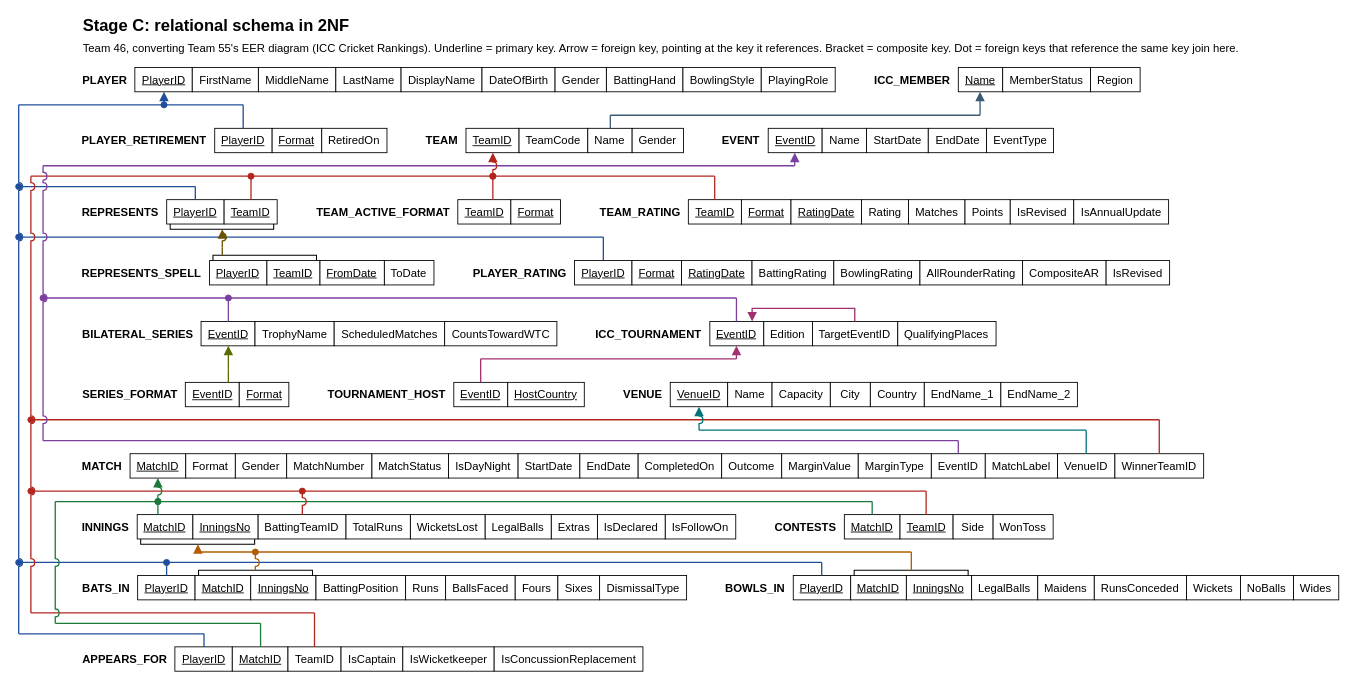
The draw.io diagram 46-stageC.drawio in shouryadixitisverycool/dna-phase3-team46, before the edit. Source tidied: cells renumbered, new cells numbered last; positions are measured from the earlier drawing's top-left corner, leaving out a move shared by most shapes. Both pictures are drawn from the tidied source at 87%, with x=0, y=0 at pixel (15, 15).
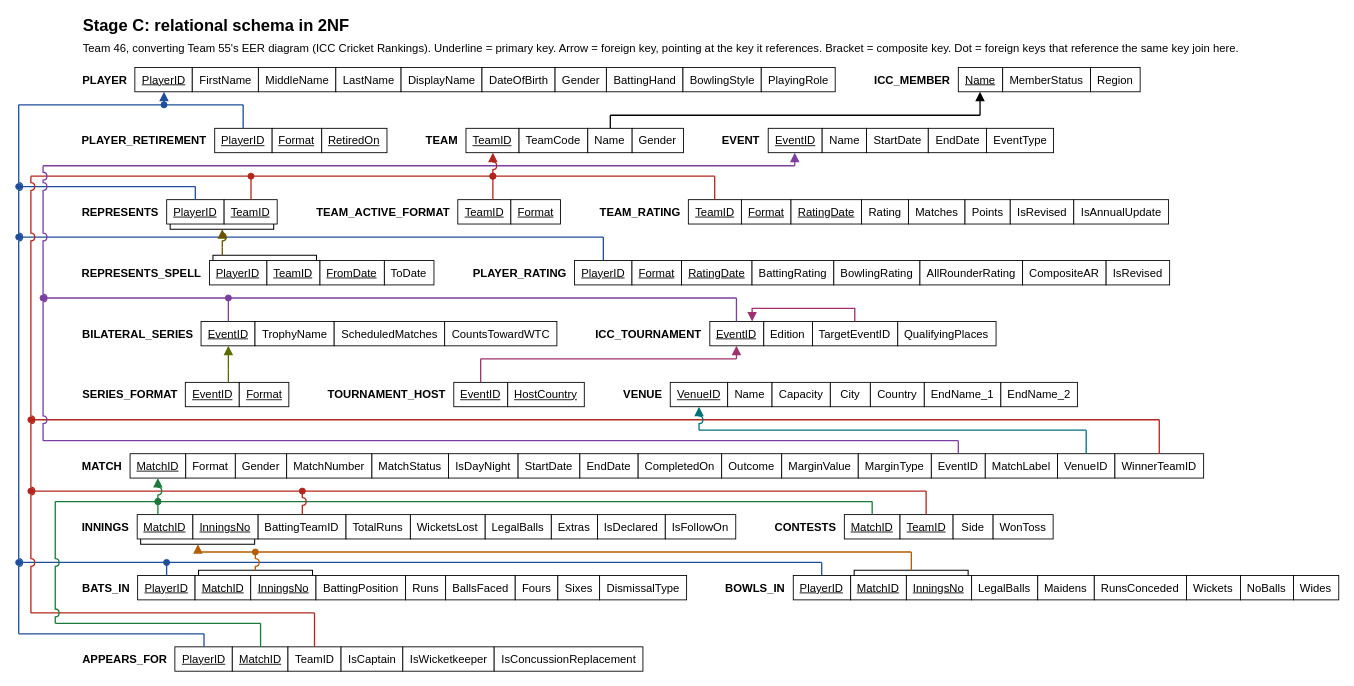
The same diagram, later.

Change to the diagram source:
```diff
@@
-    <mxCell id="40" value="RetiredOn" style="rounded=0;whiteSpace=wrap;html=1;fontFamily=Helvetica;fontSize=13;fillColor=#ffffff;strokeColor=#000000;strokeWidth=1;fontColor=#000000;" parent="1" vertex="1">
+    <mxCell id="40" value="RetiredOn" style="rounded=0;whiteSpace=wrap;html=1;fontFamily=Helvetica;fontSize=13;fillColor=#ffffff;strokeColor=#000000;strokeWidth=1;fontColor=#000000;fontStyle=4;" parent="1" vertex="1">
       <mxGeometry x="352.3" y="130" width="75" height="28" as="geometry" />
     </mxCell>
@@
-    <mxCell id="171" style="endArrow=none;html=1;rounded=0;strokeWidth=1.5;strokeColor=#3d5a73;jumpStyle=arc;jumpSize=8;" parent="1" edge="1">
+    <mxCell id="171" style="endArrow=none;html=1;rounded=0;strokeWidth=1.5;strokeColor=#000000;jumpStyle=arc;jumpSize=8;" parent="1" edge="1">
       <mxGeometry relative="1" as="geometry">
         <mxPoint x="684" y="115" as="sourcePoint" />
         <mxPoint x="1109" y="115" as="targetPoint" />
       </mxGeometry>
     </mxCell>
@@
-    <mxCell id="210" style="endArrow=none;html=1;rounded=0;strokeWidth=1.5;strokeColor=#3d5a73;jumpStyle=arc;jumpSize=8;" parent="1" edge="1">
+    <mxCell id="210" style="endArrow=none;html=1;rounded=0;strokeWidth=1.5;strokeColor=#000000;jumpStyle=arc;jumpSize=8;" parent="1" edge="1">
       <mxGeometry relative="1" as="geometry">
         <mxPoint x="684" y="130" as="sourcePoint" />
         <mxPoint x="684" y="115" as="targetPoint" />
       </mxGeometry>
     </mxCell>
-    <mxCell id="211" style="endArrow=block;endFill=1;endSize=7;html=1;rounded=0;strokeWidth=1.5;strokeColor=#3d5a73;jumpStyle=arc;jumpSize=8;" parent="1" edge="1">
+    <mxCell id="211" style="endArrow=block;endFill=1;endSize=7;html=1;rounded=0;strokeWidth=1.5;strokeColor=#000000;jumpStyle=arc;jumpSize=8;" parent="1" edge="1">
       <mxGeometry relative="1" as="geometry">
         <mxPoint x="1109" y="115" as="sourcePoint" />
         <mxPoint x="1109" y="88" as="targetPoint" />
       </mxGeometry>
     </mxCell>
```
